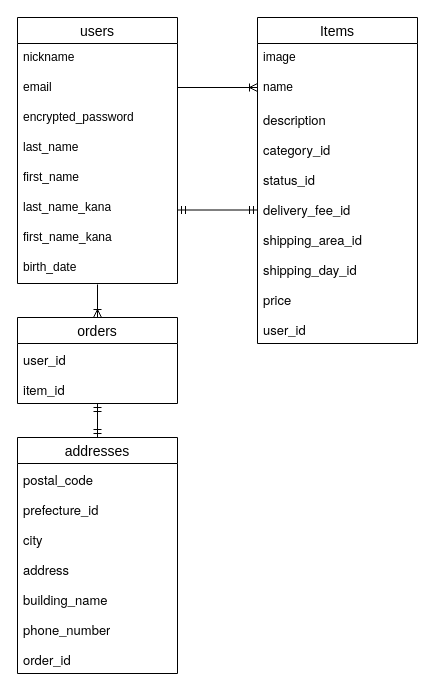
The draw.io diagram ER.dio in Hiromichi-Akiyama/furima-46088, before the edit. Source tidied: cells renumbered, new cells numbered last; positions are measured from the earlier drawing's top-left corner, leaving out a move shared by most shapes. Both pictures are drawn from the tidied source at 100%, with x=0, y=0 at pixel (17, 17).
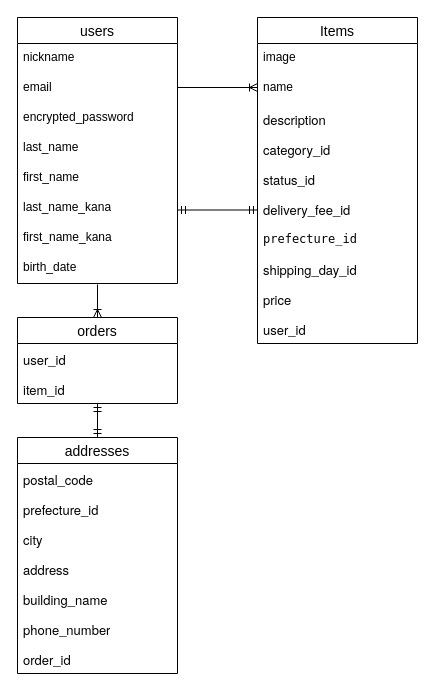
The same diagram, later.

Commit message (it also covers changes not shown here):
【再修正】ER図およびREADME

The change refers to these unchanged cells:
```xml
<mxCell id="11" value="Items" style="swimlane;fontStyle=0;horizontal=1;startSize=26;align=center;fontSize=14;" parent="1" vertex="1">
  <mxGeometry x="240" width="160" height="326" as="geometry" />
</mxCell>
```

Change to the diagram source:
```diff
@@
-    <mxCell id="18" value="&lt;p style=&quot;margin: 0px; font-variant-numeric: normal; font-variant-east-asian: normal; font-variant-alternates: normal; font-size-adjust: none; font-kerning: auto; font-optical-sizing: auto; font-feature-settings: normal; font-variation-settings: normal; font-variant-position: normal; font-variant-emoji: normal; font-stretch: normal; font-size: 13px; line-height: normal; font-family: &amp;quot;Helvetica Neue&amp;quot;; color: rgb(0, 0, 0);&quot; class=&quot;p1&quot;&gt;shipping_area_id&lt;/p&gt;" style="text;strokeColor=none;fillColor=none;spacingLeft=4;spacingRight=4;overflow=hidden;fontSize=12;whiteSpace=wrap;html=1;" parent="11" vertex="1">
+    <mxCell id="18" value="&lt;div style=&quot;font-family: Menlo, Monaco, &amp;quot;Courier New&amp;quot;, monospace; line-height: 18px; white-space: pre;&quot;&gt;&lt;span&gt;&lt;font style=&quot;color: rgb(0, 0, 0);&quot;&gt;prefecture_id&lt;/font&gt;&lt;/span&gt;&lt;/div&gt;" style="text;strokeColor=none;fillColor=none;spacingLeft=4;spacingRight=4;overflow=hidden;fontSize=12;whiteSpace=wrap;html=1;" parent="11" vertex="1">
       <mxGeometry y="206" width="160" height="30" as="geometry" />
     </mxCell>
```
